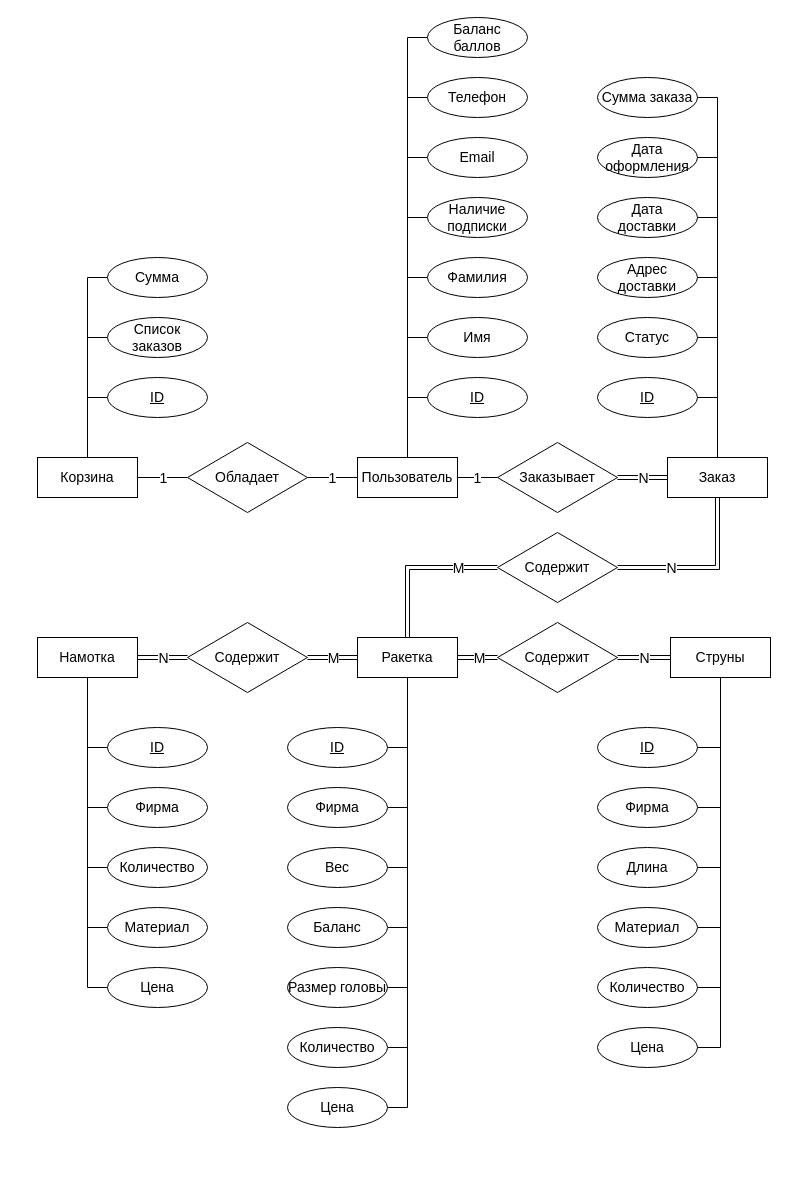
The draw.io diagram schemes/raws/ER-roles.drawio in mshsvnv/SoftwareDesign, before the edit. Source tidied: cells renumbered, new cells numbered last; positions are measured from the earlier drawing's top-left corner, leaving out a move shared by most shapes. Both pictures are drawn from the tidied source at 100%, with x=0, y=0 at pixel (37, 17).
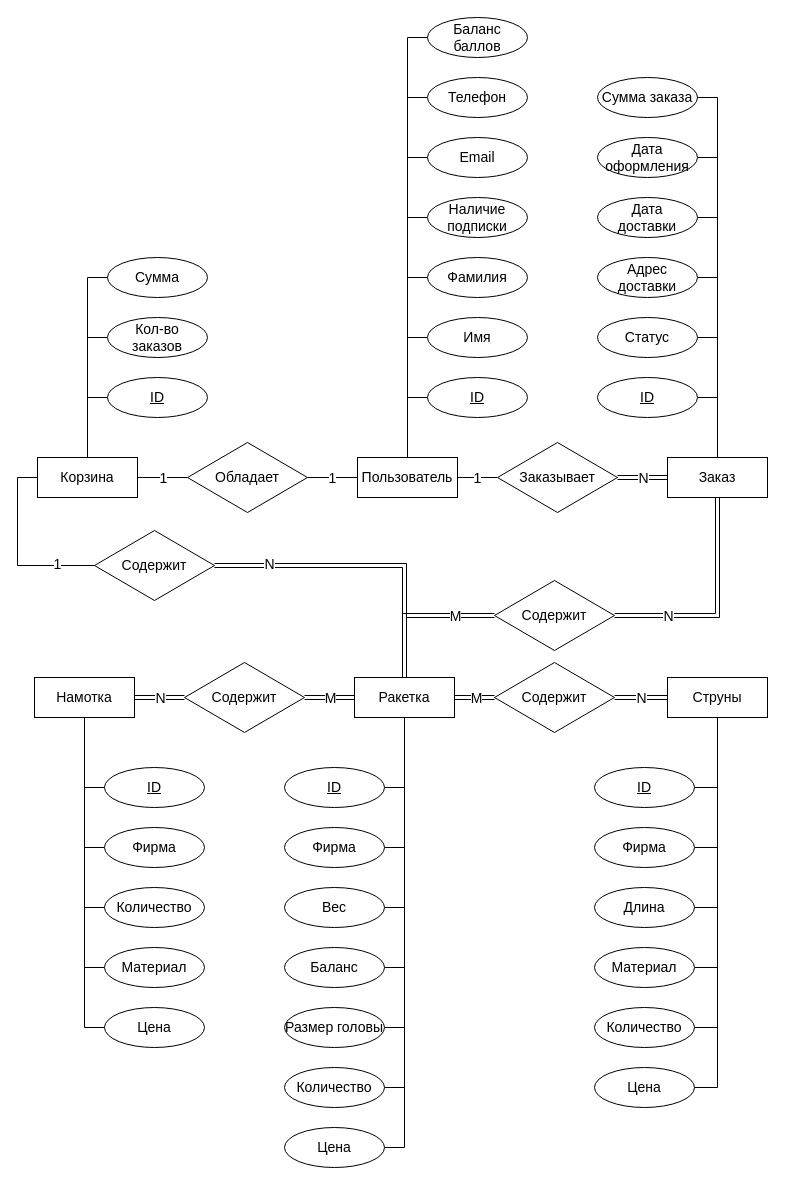
Above is the later version.

The change refers to these unchanged cells:
```xml
<mxCell id="7" style="group;fontSize=14;" parent="1" vertex="1">
  <mxGeometry y="240" width="170" height="240" as="geometry" />
</mxCell>
<mxCell id="8" value="Корзина" style="whiteSpace=wrap;html=1;align=center;fontSize=14;" parent="7" vertex="1">
  <mxGeometry y="200" width="100" height="40" as="geometry" />
</mxCell>
<mxCell id="20" style="edgeStyle=orthogonalEdgeStyle;shape=link;rounded=0;jettySize=auto;html=1;exitX=0;exitY=0.5;exitDx=0;exitDy=0;entryX=0.5;entryY=0;entryDx=0;entryDy=0;labelBackgroundColor=default;strokeColor=default;align=center;verticalAlign=middle;fontFamily=Helvetica;fontSize=14;fontColor=default;endArrow=none;endFill=0;" parent="1" edge="1" source="22" target="24">
  <mxGeometry relative="1" as="geometry" />
</mxCell>
<mxCell id="24" value="Ракетка" style="whiteSpace=wrap;html=1;align=center;fontSize=14;" parent="23" vertex="1">
  <mxGeometry x="70" width="100" height="40" as="geometry" />
</mxCell>
<mxCell id="79" style="edgeStyle=orthogonalEdgeStyle;shape=link;rounded=0;jettySize=auto;html=1;exitX=0.5;exitY=1;exitDx=0;exitDy=0;entryX=1;entryY=0.5;entryDx=0;entryDy=0;labelBackgroundColor=default;strokeColor=default;align=center;verticalAlign=middle;fontFamily=Helvetica;fontSize=14;fontColor=default;endArrow=none;endFill=0;" parent="1" edge="1" source="66" target="22">
  <mxGeometry relative="1" as="geometry" />
</mxCell>
<mxCell id="106" value="Телефон" style="ellipse;whiteSpace=wrap;html=1;align=center;fontSize=14;" parent="1" vertex="1">
  <mxGeometry x="390" y="60" width="100" height="40" as="geometry" />
</mxCell>
```

What changed in the source:
```diff
@@
-    <mxCell id="12" value="Список заказов" style="ellipse;whiteSpace=wrap;html=1;align=center;fontSize=14;" parent="7" vertex="1">
+    <mxCell id="12" value="Кол-во&lt;br&gt;заказов" style="ellipse;whiteSpace=wrap;html=1;align=center;fontSize=14;" parent="7" vertex="1">
       <mxGeometry x="70" y="60" width="100" height="40" as="geometry" />
     </mxCell>
@@
     <mxCell id="21" value="M" style="edgeLabel;html=1;align=center;verticalAlign=middle;fontSize=14;fontFamily=Helvetica;fontColor=default;" parent="20" vertex="1">
       <mxGeometry x="0.25" y="1" relative="1" as="geometry">
-        <mxPoint x="49" y="-10" as="offset" />
+        <mxPoint x="49" y="-5" as="offset" />
       </mxGeometry>
     </mxCell>
     <mxCell id="22" value="Содержит" style="rhombus;whiteSpace=wrap;html=1;fontSize=14;" parent="1" vertex="1">
-      <mxGeometry x="460" y="515" width="120" height="70" as="geometry" />
+      <mxGeometry x="457" y="563" width="120" height="70" as="geometry" />
     </mxCell>
     <mxCell id="23" style="group;fontSize=14;" parent="1" vertex="1">
-      <mxGeometry x="250" y="620" width="170" height="490" as="geometry" />
+      <mxGeometry x="247" y="660" width="170" height="490" as="geometry" />
     </mxCell>
@@
     <mxCell id="39" style="group;fontSize=14;" parent="1" vertex="1">
-      <mxGeometry x="560" y="620" width="173" height="420" as="geometry" />
+      <mxGeometry x="557" y="660" width="173" height="420" as="geometry" />
     </mxCell>
@@
     <mxCell id="59" value="Содержит" style="rhombus;whiteSpace=wrap;html=1;fontSize=14;" parent="1" vertex="1">
-      <mxGeometry x="150" y="605" width="120" height="70" as="geometry" />
+      <mxGeometry x="147" y="645" width="120" height="70" as="geometry" />
     </mxCell>
@@
     <mxCell id="62" value="Содержит" style="rhombus;whiteSpace=wrap;html=1;fontSize=14;" parent="1" vertex="1">
-      <mxGeometry x="460" y="605" width="120" height="70" as="geometry" />
+      <mxGeometry x="457" y="645" width="120" height="70" as="geometry" />
     </mxCell>
@@
     <mxCell id="80" value="N" style="edgeLabel;html=1;align=center;verticalAlign=middle;fontSize=14;fontFamily=Helvetica;fontColor=default;" parent="79" vertex="1">
       <mxGeometry x="-0.64" relative="1" as="geometry">
-        <mxPoint x="-47" y="39" as="offset" />
+        <mxPoint x="-50" y="78" as="offset" />
       </mxGeometry>
     </mxCell>
@@
     <mxCell id="82" value="Намотка" style="whiteSpace=wrap;html=1;align=center;fontSize=14;" parent="1" vertex="1">
-      <mxGeometry y="620" width="100" height="40" as="geometry" />
+      <mxGeometry x="-3" y="660" width="100" height="40" as="geometry" />
     </mxCell>
     <mxCell id="83" style="group;fontSize=14;" parent="1" vertex="1">
-      <mxGeometry x="70" y="710" width="100" height="280" as="geometry" />
+      <mxGeometry x="67" y="750" width="100" height="280" as="geometry" />
     </mxCell>
@@
-    <mxCell id="105" style="edgeStyle=orthogonalEdgeStyle;rounded=0;jettySize=auto;html=1;exitX=0;exitY=0.5;exitDx=0;exitDy=0;endArrow=none;endFill=0;" parent="1" edge="1" source="106">
+    <mxCell id="105" style="edgeStyle=orthogonalEdgeStyle;rounded=0;jettySize=auto;html=1;exitX=0;exitY=0.5;exitDx=0;exitDy=0;endArrow=none;endFill=0;fontSize=14;" parent="1" edge="1" source="106">
       <mxGeometry relative="1" as="geometry">
         <mxPoint x="370" y="80.1" as="targetPoint" />
       </mxGeometry>
     </mxCell>
@@
+    <mxCell id="108" style="edgeStyle=orthogonalEdgeStyle;rounded=0;jettySize=auto;html=1;exitX=1;exitY=0.5;exitDx=0;exitDy=0;shape=link;" parent="1" edge="1" source="109" target="24">
+      <mxGeometry relative="1" as="geometry">
+        <Array as="points">
+          <mxPoint x="367" y="548" />
+        </Array>
+      </mxGeometry>
+    </mxCell>
+    <mxCell id="109" value="Содержит" style="rhombus;whiteSpace=wrap;html=1;fontSize=14;" parent="1" vertex="1">
+      <mxGeometry x="57" y="513" width="120" height="70" as="geometry" />
+    </mxCell>
+    <mxCell id="110" style="edgeStyle=orthogonalEdgeStyle;rounded=0;jettySize=auto;html=1;exitX=0;exitY=0.5;exitDx=0;exitDy=0;entryX=0;entryY=0.5;entryDx=0;entryDy=0;endArrow=none;endFill=0;fontSize=14;" parent="1" edge="1" source="8" target="109">
+      <mxGeometry relative="1" as="geometry" />
+    </mxCell>
+    <mxCell id="111" value="1" style="edgeLabel;html=1;align=center;verticalAlign=middle;fontSize=14;" parent="110" vertex="1">
+      <mxGeometry y="1" relative="1" as="geometry">
+        <mxPoint x="38" y="13" as="offset" />
+      </mxGeometry>
+    </mxCell>
+    <mxCell id="112" value="N" style="edgeLabel;html=1;align=center;verticalAlign=middle;fontSize=14;fontFamily=Helvetica;fontColor=default;" parent="1" vertex="1">
+      <mxGeometry x="310" y="495" as="geometry">
+        <mxPoint x="-79" y="51" as="offset" />
+      </mxGeometry>
+    </mxCell>
```
